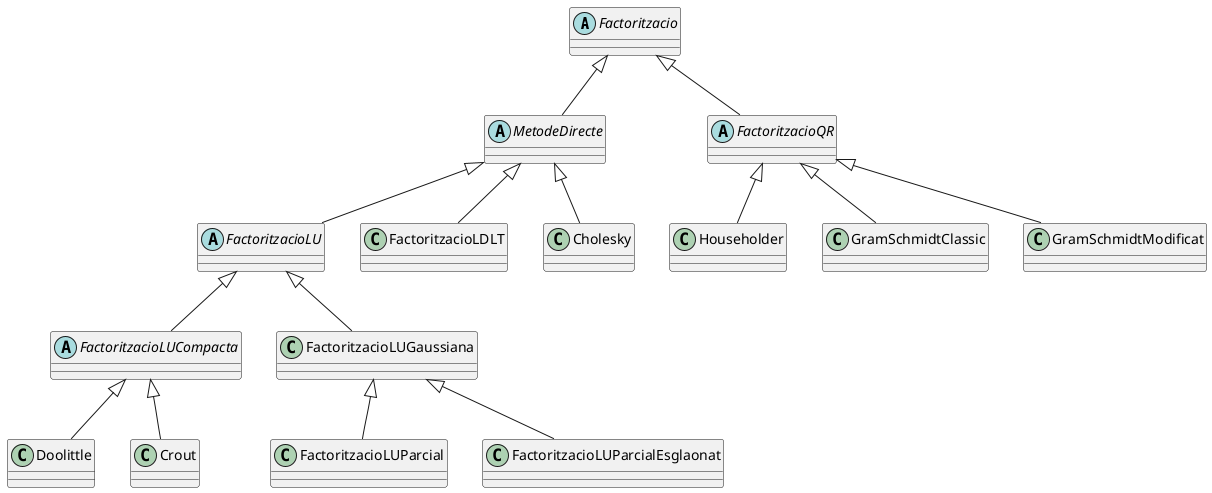
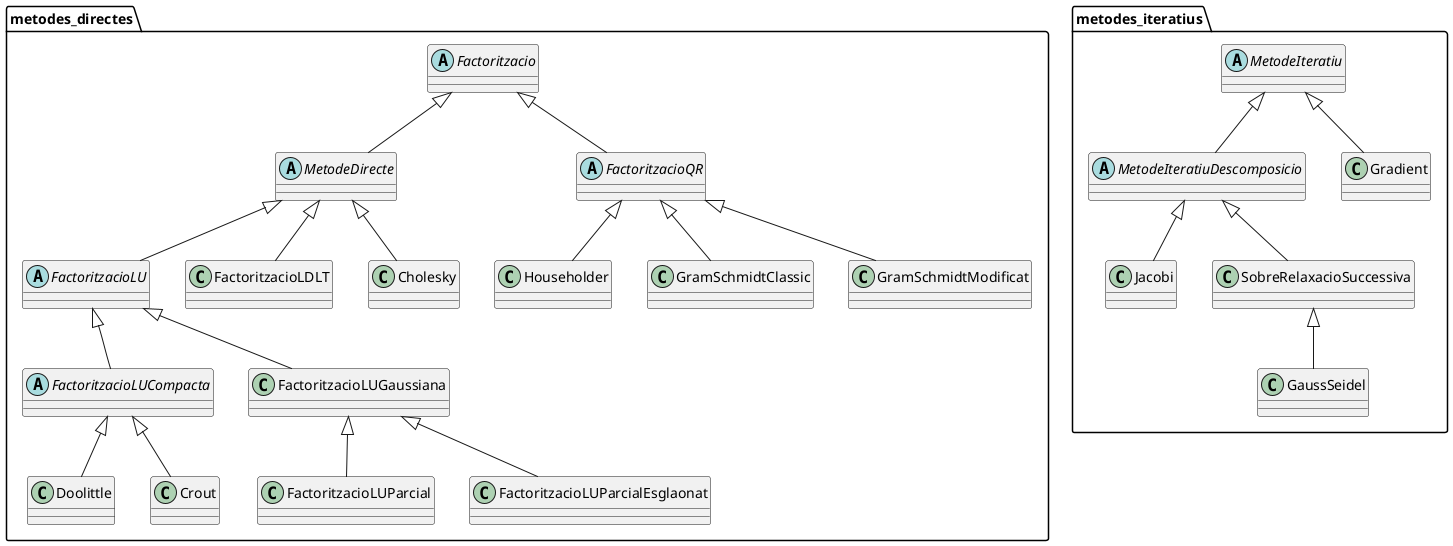
@startuml
'https://plantuml.com/class-diagram

+ namespace metodes_directes {
+     abstract class Factoritzacio
+     abstract class MetodeDirecte extends Factoritzacio
+     abstract class FactoritzacioLU extends MetodeDirecte
+     abstract class FactoritzacioLUCompacta extends FactoritzacioLU
+     class FactoritzacioLUGaussiana extends FactoritzacioLU

- abstract class Factoritzacio
- abstract class MetodeDirecte extends Factoritzacio
- abstract class FactoritzacioLU extends MetodeDirecte
- abstract class FactoritzacioLUCompacta extends FactoritzacioLU
- class FactoritzacioLUGaussiana extends FactoritzacioLU
+     class FactoritzacioLUParcial extends FactoritzacioLUGaussiana
+     class FactoritzacioLUParcialEsglaonat extends FactoritzacioLUGaussiana

- class FactoritzacioLUParcial extends FactoritzacioLUGaussiana
- class FactoritzacioLUParcialEsglaonat extends FactoritzacioLUGaussiana
- class Doolittle extends FactoritzacioLUCompacta
- class Crout extends FactoritzacioLUCompacta
+     class Doolittle extends FactoritzacioLUCompacta
+     class Crout extends FactoritzacioLUCompacta

- class FactoritzacioLDLT extends MetodeDirecte
- class Cholesky extends MetodeDirecte
+     class FactoritzacioLDLT extends MetodeDirecte
+     class Cholesky extends MetodeDirecte

- abstract class FactoritzacioQR extends Factoritzacio
- class Householder extends FactoritzacioQR
- class GramSchmidtClassic extends FactoritzacioQR
- class GramSchmidtModificat extends FactoritzacioQR
+     abstract class FactoritzacioQR extends Factoritzacio
+     class Householder extends FactoritzacioQR
+     class GramSchmidtClassic extends FactoritzacioQR
+     class GramSchmidtModificat extends FactoritzacioQR
+ }
+ 
+ namespace metodes_iteratius {
+     abstract class MetodeIteratiu
+     abstract class MetodeIteratiuDescomposicio extends MetodeIteratiu
+     class Jacobi extends MetodeIteratiuDescomposicio
+     class SobreRelaxacioSuccessiva extends MetodeIteratiuDescomposicio
+     class GaussSeidel extends SobreRelaxacioSuccessiva
+ 
+     class Gradient extends MetodeIteratiu
+ }
@enduml